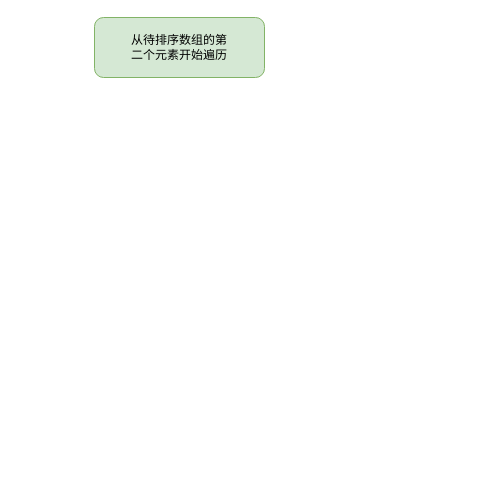
The draw.io diagram 插入排序.drawio in HonyoLAN/telmy, before the edit. Source tidied: cells renumbered, new cells numbered last; positions are measured from the earlier drawing's top-left corner, leaving out a move shared by most shapes. Both pictures are drawn from the tidied source at 100%, with x=0, y=0 at pixel (94, 17).
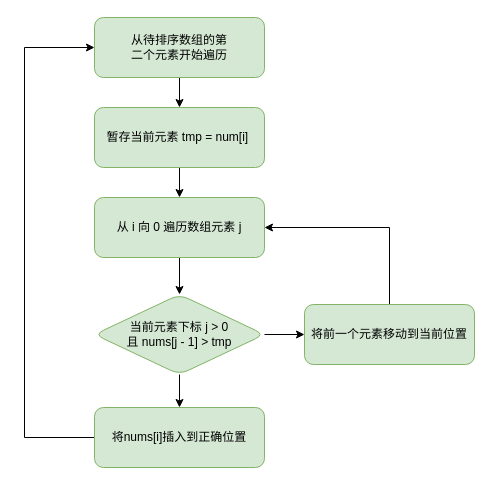
Above is the later version.

Commit message (it also covers changes not shown here):
更新插入排序.drawio

The edit, as a diff of the source:
```diff
@@
 <mxGraphModel>
   <root>
     <mxCell id="0" />
     <mxCell id="1" parent="0" />
+    <mxCell id="3" style="edgeStyle=orthogonalEdgeStyle;rounded=0;jettySize=auto;html=1;exitX=0.5;exitY=1;exitDx=0;exitDy=0;entryX=0.5;entryY=0;entryDx=0;entryDy=0;" parent="1" edge="1" source="2" target="5">
+      <mxGeometry relative="1" as="geometry" />
+    </mxCell>
     <mxCell id="2" value="从待排序数组的第&lt;br&gt;二个元素开始遍历" style="rounded=1;whiteSpace=wrap;html=1;fillColor=#d5e8d4;strokeColor=#82b366;" parent="1" vertex="1">
       <mxGeometry width="170" height="60" as="geometry" />
     </mxCell>
+    <mxCell id="4" style="edgeStyle=orthogonalEdgeStyle;rounded=0;jettySize=auto;html=1;exitX=0.5;exitY=1;exitDx=0;exitDy=0;entryX=0.5;entryY=0;entryDx=0;entryDy=0;" parent="1" edge="1" source="5" target="7">
+      <mxGeometry relative="1" as="geometry" />
+    </mxCell>
+    <mxCell id="5" value="暂存当前元素 tmp = num[i]&amp;nbsp;" style="rounded=1;whiteSpace=wrap;html=1;fillColor=#d5e8d4;strokeColor=#82b366;" parent="1" vertex="1">
+      <mxGeometry y="90" width="170" height="60" as="geometry" />
+    </mxCell>
+    <mxCell id="6" style="edgeStyle=orthogonalEdgeStyle;rounded=0;jettySize=auto;html=1;exitX=0.5;exitY=1;exitDx=0;exitDy=0;entryX=0.5;entryY=0;entryDx=0;entryDy=0;" parent="1" edge="1" source="7" target="10">
+      <mxGeometry relative="1" as="geometry" />
+    </mxCell>
+    <mxCell id="7" value="从 i 向 0 遍历数组元素 j" style="rounded=1;whiteSpace=wrap;html=1;fillColor=#d5e8d4;strokeColor=#82b366;" parent="1" vertex="1">
+      <mxGeometry y="180" width="170" height="60" as="geometry" />
+    </mxCell>
+    <mxCell id="8" style="edgeStyle=orthogonalEdgeStyle;rounded=0;jettySize=auto;html=1;exitX=1;exitY=0.5;exitDx=0;exitDy=0;entryX=0;entryY=0.5;entryDx=0;entryDy=0;" parent="1" edge="1" source="10" target="12">
+      <mxGeometry relative="1" as="geometry" />
+    </mxCell>
+    <mxCell id="9" style="edgeStyle=orthogonalEdgeStyle;rounded=0;jettySize=auto;html=1;exitX=0.5;exitY=1;exitDx=0;exitDy=0;entryX=0.5;entryY=0;entryDx=0;entryDy=0;" parent="1" edge="1" source="10" target="14">
+      <mxGeometry relative="1" as="geometry" />
+    </mxCell>
+    <mxCell id="10" value="当前元素下标 j &amp;gt; 0&lt;br&gt;且 nums[j - 1] &amp;gt; tmp" style="rhombus;whiteSpace=wrap;html=1;fillColor=#d5e8d4;strokeColor=#82b366;rounded=1;" parent="1" vertex="1">
+      <mxGeometry y="277" width="170" height="80" as="geometry" />
+    </mxCell>
+    <mxCell id="11" style="edgeStyle=orthogonalEdgeStyle;rounded=0;jettySize=auto;html=1;exitX=0.5;exitY=0;exitDx=0;exitDy=0;entryX=1;entryY=0.5;entryDx=0;entryDy=0;" parent="1" edge="1" source="12" target="7">
+      <mxGeometry relative="1" as="geometry" />
+    </mxCell>
+    <mxCell id="12" value="将前一个元素移动到当前位置" style="rounded=1;whiteSpace=wrap;html=1;fillColor=#d5e8d4;strokeColor=#82b366;" parent="1" vertex="1">
+      <mxGeometry x="210" y="287" width="170" height="60" as="geometry" />
+    </mxCell>
+    <mxCell id="13" style="edgeStyle=orthogonalEdgeStyle;rounded=0;jettySize=auto;html=1;exitX=0;exitY=0.5;exitDx=0;exitDy=0;entryX=0;entryY=0.5;entryDx=0;entryDy=0;" parent="1" edge="1" source="14" target="2">
+      <mxGeometry relative="1" as="geometry">
+        <Array as="points">
+          <mxPoint x="-70" y="420" />
+          <mxPoint x="-70" y="30" />
+        </Array>
+      </mxGeometry>
+    </mxCell>
+    <mxCell id="14" value="将nums[i]插入到正确位置" style="rounded=1;whiteSpace=wrap;html=1;fillColor=#d5e8d4;strokeColor=#82b366;" parent="1" vertex="1">
+      <mxGeometry y="390" width="170" height="60" as="geometry" />
+    </mxCell>
   </root>
 </mxGraphModel>
```
